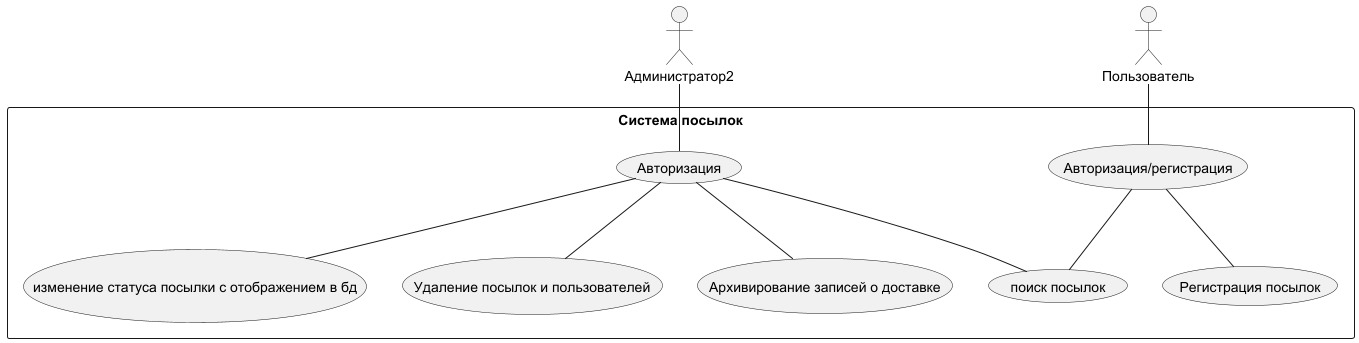
Earlier version of the PlantUML export Case/UseCase.png (TEGI02/Lab3.1).
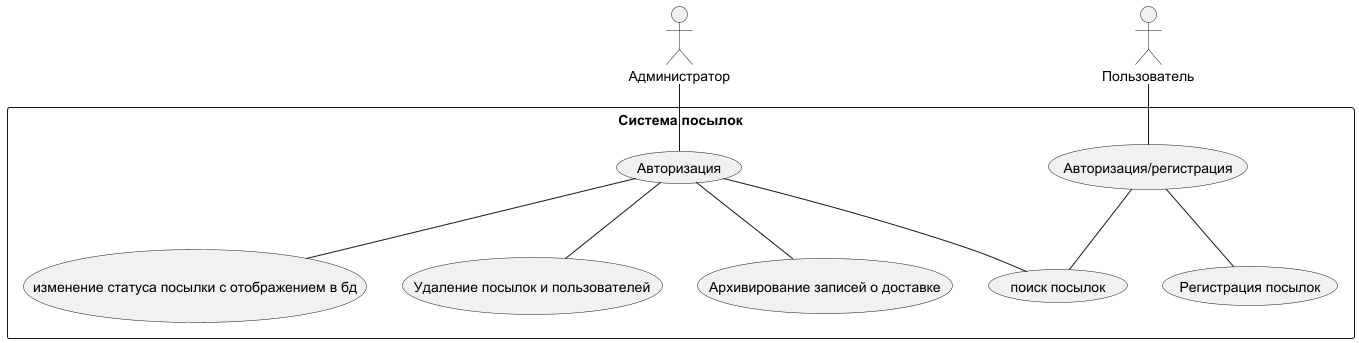
Above is the later version.

The edit, as a diff of the source:
```diff
@@ -1,6 +1,6 @@
 @startuml
 skinparam packageStyle rectangle
-actor "Администратор2" as User1
+actor "Администратор" as User1
 package "Система посылок" {
     usecase "Регистрация посылок" as UC_RegisterOf
 
```
